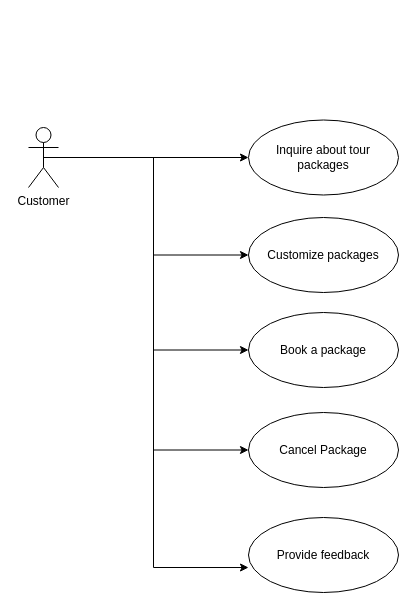
ziard47/Diagram keeps this draw.io diagram as Use Case.drawio. Above is the earlier version. Source tidied: cells renumbered, new cells numbered last; positions are measured from the earlier drawing's top-left corner, leaving out a move shared by most shapes. Both pictures are drawn from the tidied source at 100%, with x=0, y=0 at pixel (28, 119).
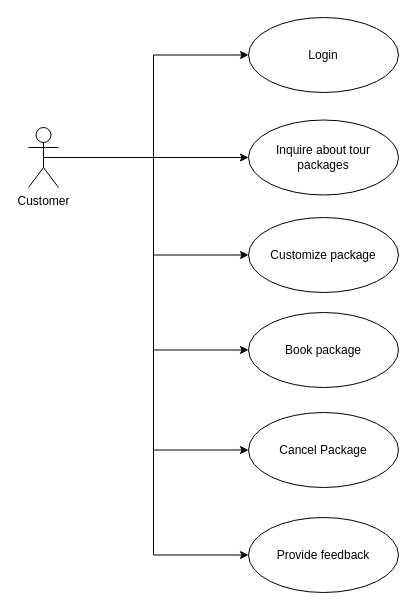
The same diagram, later.

The edit, as a diff of the source:
```diff
@@
 <mxGraphModel>
   <root>
     <mxCell id="0" />
     <mxCell id="1" parent="0" />
     <mxCell id="2" style="edgeStyle=orthogonalEdgeStyle;rounded=0;jettySize=auto;html=1;" parent="1" edge="1" source="7" target="8">
       <mxGeometry relative="1" as="geometry" />
     </mxCell>
     <mxCell id="3" style="edgeStyle=orthogonalEdgeStyle;rounded=0;jettySize=auto;html=1;entryX=0;entryY=0.5;entryDx=0;entryDy=0;" parent="1" edge="1" source="7" target="9">
       <mxGeometry relative="1" as="geometry" />
     </mxCell>
-    <mxCell id="4" style="edgeStyle=orthogonalEdgeStyle;rounded=0;jettySize=auto;html=1;entryX=0;entryY=0.667;entryDx=0;entryDy=0;entryPerimeter=0;" parent="1" edge="1" source="7" target="10">
-      <mxGeometry relative="1" as="geometry" />
+    <mxCell id="4" style="edgeStyle=orthogonalEdgeStyle;rounded=0;jettySize=auto;html=1;entryX=0;entryY=0.5;entryDx=0;entryDy=0;" parent="1" edge="1" source="7" target="10">
+      <mxGeometry relative="1" as="geometry">
+        <Array as="points">
+          <mxPoint x="125" y="38" />
+          <mxPoint x="125" y="436" />
+          <mxPoint x="220" y="436" />
+        </Array>
+      </mxGeometry>
     </mxCell>
     <mxCell id="5" style="edgeStyle=orthogonalEdgeStyle;rounded=0;jettySize=auto;html=1;exitX=0.5;exitY=0.5;exitDx=0;exitDy=0;exitPerimeter=0;entryX=0;entryY=0.5;entryDx=0;entryDy=0;" parent="1" edge="1" source="7" target="11">
       <mxGeometry relative="1" as="geometry" />
     </mxCell>
     <mxCell id="6" style="edgeStyle=orthogonalEdgeStyle;rounded=0;jettySize=auto;html=1;exitX=0.5;exitY=0.5;exitDx=0;exitDy=0;exitPerimeter=0;entryX=0;entryY=0.5;entryDx=0;entryDy=0;" parent="1" edge="1" source="7" target="12">
       <mxGeometry relative="1" as="geometry" />
     </mxCell>
+    <mxCell id="13" style="edgeStyle=orthogonalEdgeStyle;rounded=0;jettySize=auto;html=1;exitX=0.5;exitY=0.5;exitDx=0;exitDy=0;exitPerimeter=0;entryX=0;entryY=0.5;entryDx=0;entryDy=0;" parent="1" edge="1" source="7" target="14">
+      <mxGeometry relative="1" as="geometry" />
+    </mxCell>
     <mxCell id="7" value="Customer" style="shape=umlActor;verticalLabelPosition=bottom;verticalAlign=top;html=1;outlineConnect=0;" parent="1" vertex="1">
       <mxGeometry y="8" width="30" height="60" as="geometry" />
     </mxCell>
     <mxCell id="8" value="Inquire about tour packages" style="ellipse;whiteSpace=wrap;html=1;" parent="1" vertex="1">
       <mxGeometry x="220" y="0.5" width="150" height="75" as="geometry" />
     </mxCell>
-    <mxCell id="9" value="Book a package" style="ellipse;whiteSpace=wrap;html=1;" parent="1" vertex="1">
+    <mxCell id="9" value="Book package" style="ellipse;whiteSpace=wrap;html=1;" parent="1" vertex="1">
       <mxGeometry x="220" y="193" width="150" height="75" as="geometry" />
     </mxCell>
     <mxCell id="10" value="Provide feedback" style="ellipse;whiteSpace=wrap;html=1;" parent="1" vertex="1">
       <mxGeometry x="220" y="398" width="150" height="75" as="geometry" />
     </mxCell>
     <mxCell id="11" value="Cancel Package" style="ellipse;whiteSpace=wrap;html=1;" parent="1" vertex="1">
       <mxGeometry x="220" y="293" width="150" height="75" as="geometry" />
     </mxCell>
-    <mxCell id="12" value="Customize packages" style="ellipse;whiteSpace=wrap;html=1;" parent="1" vertex="1">
+    <mxCell id="12" value="Customize package" style="ellipse;whiteSpace=wrap;html=1;" parent="1" vertex="1">
       <mxGeometry x="220" y="98" width="150" height="75" as="geometry" />
     </mxCell>
+    <mxCell id="14" value="Login" style="ellipse;whiteSpace=wrap;html=1;" parent="1" vertex="1">
+      <mxGeometry x="220" y="-102" width="150" height="75" as="geometry" />
+    </mxCell>
   </root>
 </mxGraphModel>
```
